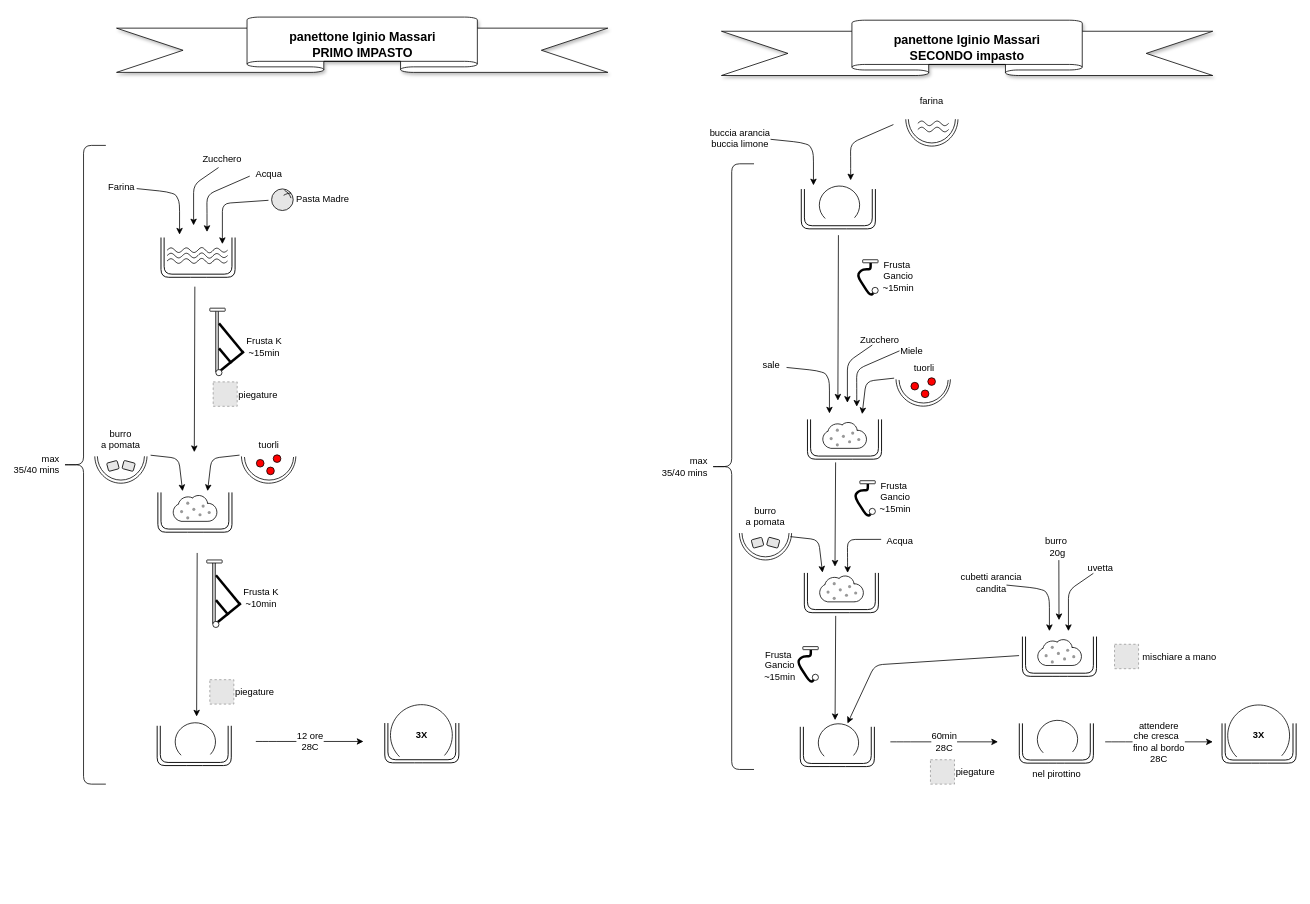
The draw.io diagram panettone-massari-01.drawio in nicolgit/drawio-cooking-shapes, before the edit. Source tidied: cells renumbered, new cells numbered last; positions are measured from the earlier drawing's top-left corner, leaving out a move shared by most shapes. Both pictures are drawn from the tidied source at 78%, with x=0, y=0 at pixel (61, 16). Pictures stored in the file or linked from it are replaced by grey dashed boxes.
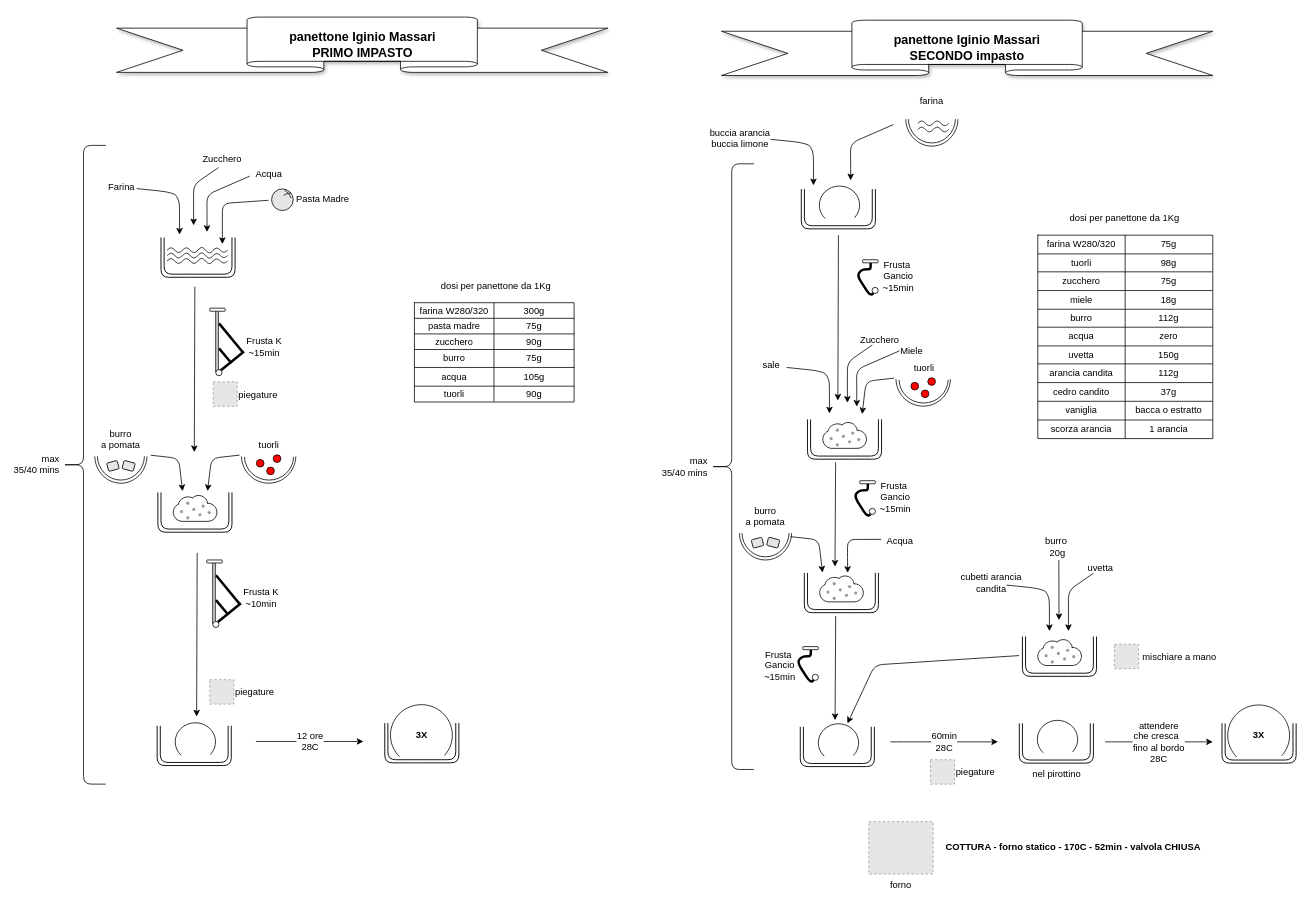
The same page after the edit.

What changed in the source:
```diff
@@
+    <mxCell id="246" style="shape=table;startSize=0;childLayout=tableLayout;" parent="1" vertex="1">
+      <mxGeometry x="452.8" y="366.6" width="204.7" height="127.3" as="geometry" />
+    </mxCell>
+    <mxCell id="247" style="shape=tableRow;horizontal=0;startSize=0;swimlaneHead=0;swimlaneBody=0;strokeColor=inherit;top=0;left=0;bottom=0;right=0;fillColor=none;" parent="246" vertex="1">
+      <mxGeometry width="204.7" height="20" as="geometry" />
+    </mxCell>
+    <mxCell id="248" value="farina W280/320" style="shape=partialRectangle;html=1;whiteSpace=wrap;strokeColor=inherit;overflow=hidden;fillColor=none;top=0;left=0;bottom=0;right=0;" parent="247" vertex="1">
+      <mxGeometry width="102" height="20" as="geometry" />
+    </mxCell>
+    <mxCell id="249" value="300g" style="shape=partialRectangle;html=1;whiteSpace=wrap;strokeColor=inherit;overflow=hidden;fillColor=none;top=0;left=0;bottom=0;right=0;" parent="247" vertex="1">
+      <mxGeometry x="102" width="103" height="20" as="geometry" />
+    </mxCell>
+    <mxCell id="250" style="shape=tableRow;horizontal=0;startSize=0;swimlaneHead=0;swimlaneBody=0;strokeColor=inherit;top=0;left=0;bottom=0;right=0;fillColor=none;" parent="246" vertex="1">
+      <mxGeometry y="20" width="204.7" height="20" as="geometry" />
+    </mxCell>
+    <mxCell id="251" value="pasta madre" style="shape=partialRectangle;html=1;whiteSpace=wrap;strokeColor=inherit;overflow=hidden;fillColor=none;top=0;left=0;bottom=0;right=0;" parent="250" vertex="1">
+      <mxGeometry width="102" height="20" as="geometry" />
+    </mxCell>
+    <mxCell id="252" value="75g" style="shape=partialRectangle;html=1;whiteSpace=wrap;strokeColor=inherit;overflow=hidden;fillColor=none;top=0;left=0;bottom=0;right=0;" parent="250" vertex="1">
+      <mxGeometry x="102" width="103" height="20" as="geometry" />
+    </mxCell>
+    <mxCell id="253" style="shape=tableRow;horizontal=0;startSize=0;swimlaneHead=0;swimlaneBody=0;strokeColor=inherit;top=0;left=0;bottom=0;right=0;fillColor=none;" parent="246" vertex="1">
+      <mxGeometry y="40" width="204.7" height="20" as="geometry" />
+    </mxCell>
+    <mxCell id="254" value="zucchero" style="shape=partialRectangle;html=1;whiteSpace=wrap;strokeColor=inherit;overflow=hidden;fillColor=none;top=0;left=0;bottom=0;right=0;" parent="253" vertex="1">
+      <mxGeometry width="102" height="20" as="geometry" />
+    </mxCell>
+    <mxCell id="255" value="90g" style="shape=partialRectangle;html=1;whiteSpace=wrap;strokeColor=inherit;overflow=hidden;fillColor=none;top=0;left=0;bottom=0;right=0;" parent="253" vertex="1">
+      <mxGeometry x="102" width="103" height="20" as="geometry" />
+    </mxCell>
+    <mxCell id="256" style="shape=tableRow;horizontal=0;startSize=0;swimlaneHead=0;swimlaneBody=0;strokeColor=inherit;top=0;left=0;bottom=0;right=0;fillColor=none;" parent="246" vertex="1">
+      <mxGeometry y="60" width="204.7" height="23" as="geometry" />
+    </mxCell>
+    <mxCell id="257" value="burro" style="shape=partialRectangle;html=1;whiteSpace=wrap;strokeColor=inherit;overflow=hidden;fillColor=none;top=0;left=0;bottom=0;right=0;" parent="256" vertex="1">
+      <mxGeometry width="102" height="23" as="geometry" />
+    </mxCell>
+    <mxCell id="258" value="75g" style="shape=partialRectangle;html=1;whiteSpace=wrap;strokeColor=inherit;overflow=hidden;fillColor=none;top=0;left=0;bottom=0;right=0;" parent="256" vertex="1">
+      <mxGeometry x="102" width="103" height="23" as="geometry" />
+    </mxCell>
+    <mxCell id="259" style="shape=tableRow;horizontal=0;startSize=0;swimlaneHead=0;swimlaneBody=0;strokeColor=inherit;top=0;left=0;bottom=0;right=0;fillColor=none;" parent="246" vertex="1">
+      <mxGeometry y="83" width="204.7" height="24" as="geometry" />
+    </mxCell>
+    <mxCell id="260" value="acqua" style="shape=partialRectangle;html=1;whiteSpace=wrap;strokeColor=inherit;overflow=hidden;fillColor=none;top=0;left=0;bottom=0;right=0;" parent="259" vertex="1">
+      <mxGeometry width="102" height="24" as="geometry" />
+    </mxCell>
+    <mxCell id="261" value="105g" style="shape=partialRectangle;html=1;whiteSpace=wrap;strokeColor=inherit;overflow=hidden;fillColor=none;top=0;left=0;bottom=0;right=0;" parent="259" vertex="1">
+      <mxGeometry x="102" width="103" height="24" as="geometry" />
+    </mxCell>
+    <mxCell id="262" style="shape=tableRow;horizontal=0;startSize=0;swimlaneHead=0;swimlaneBody=0;strokeColor=inherit;top=0;left=0;bottom=0;right=0;fillColor=none;" parent="246" vertex="1">
+      <mxGeometry y="107" width="204.7" height="20" as="geometry" />
+    </mxCell>
+    <mxCell id="263" value="tuorli" style="shape=partialRectangle;html=1;whiteSpace=wrap;strokeColor=inherit;overflow=hidden;fillColor=none;top=0;left=0;bottom=0;right=0;" parent="262" vertex="1">
+      <mxGeometry width="102" height="20" as="geometry" />
+    </mxCell>
+    <mxCell id="264" value="90g" style="shape=partialRectangle;html=1;whiteSpace=wrap;strokeColor=inherit;overflow=hidden;fillColor=none;top=0;left=0;bottom=0;right=0;" parent="262" vertex="1">
+      <mxGeometry x="102" width="103" height="20" as="geometry" />
+    </mxCell>
+    <mxCell id="265" value="dosi per panettone da 1Kg" style="text;html=1;align=center;verticalAlign=middle;strokeColor=none;fillColor=none;fontFamily=Helvetica;fontSize=12;fontColor=default;" parent="1" vertex="1">
+      <mxGeometry x="476.4" y="331.1" width="161.4" height="27.6" as="geometry" />
+    </mxCell>
+    <mxCell id="266" style="shape=table;startSize=0;childLayout=tableLayout;" parent="1" vertex="1">
+      <mxGeometry x="1252" y="280" width="224.4" height="260.8" as="geometry" />
+    </mxCell>
+    <mxCell id="267" style="shape=tableRow;horizontal=0;startSize=0;swimlaneHead=0;swimlaneBody=0;strokeColor=inherit;top=0;left=0;bottom=0;right=0;fillColor=none;" parent="266" vertex="1">
+      <mxGeometry width="224.4" height="24" as="geometry" />
+    </mxCell>
+    <mxCell id="268" value="farina W280/320" style="shape=partialRectangle;html=1;whiteSpace=wrap;strokeColor=inherit;overflow=hidden;fillColor=none;top=0;left=0;bottom=0;right=0;" parent="267" vertex="1">
+      <mxGeometry width="112" height="24" as="geometry" />
+    </mxCell>
+    <mxCell id="269" value="75g" style="shape=partialRectangle;html=1;whiteSpace=wrap;strokeColor=inherit;overflow=hidden;fillColor=none;top=0;left=0;bottom=0;right=0;" parent="267" vertex="1">
+      <mxGeometry x="112" width="112" height="24" as="geometry" />
+    </mxCell>
+    <mxCell id="270" style="shape=tableRow;horizontal=0;startSize=0;swimlaneHead=0;swimlaneBody=0;strokeColor=inherit;top=0;left=0;bottom=0;right=0;fillColor=none;" parent="266" vertex="1">
+      <mxGeometry y="24" width="224.4" height="23" as="geometry" />
+    </mxCell>
+    <mxCell id="271" value="tuorli" style="shape=partialRectangle;html=1;whiteSpace=wrap;strokeColor=inherit;overflow=hidden;fillColor=none;top=0;left=0;bottom=0;right=0;" parent="270" vertex="1">
+      <mxGeometry width="112" height="23" as="geometry" />
+    </mxCell>
+    <mxCell id="272" value="98g" style="shape=partialRectangle;html=1;whiteSpace=wrap;strokeColor=inherit;overflow=hidden;fillColor=none;top=0;left=0;bottom=0;right=0;" parent="270" vertex="1">
+      <mxGeometry x="112" width="112" height="23" as="geometry" />
+    </mxCell>
+    <mxCell id="273" style="shape=tableRow;horizontal=0;startSize=0;swimlaneHead=0;swimlaneBody=0;strokeColor=inherit;top=0;left=0;bottom=0;right=0;fillColor=none;" parent="266" vertex="1">
+      <mxGeometry y="47" width="224.4" height="24" as="geometry" />
+    </mxCell>
+    <mxCell id="274" value="zucchero" style="shape=partialRectangle;html=1;whiteSpace=wrap;strokeColor=inherit;overflow=hidden;fillColor=none;top=0;left=0;bottom=0;right=0;" parent="273" vertex="1">
+      <mxGeometry width="112" height="24" as="geometry" />
+    </mxCell>
+    <mxCell id="275" value="75g" style="shape=partialRectangle;html=1;whiteSpace=wrap;strokeColor=inherit;overflow=hidden;fillColor=none;top=0;left=0;bottom=0;right=0;" parent="273" vertex="1">
+      <mxGeometry x="112" width="112" height="24" as="geometry" />
+    </mxCell>
+    <mxCell id="276" style="shape=tableRow;horizontal=0;startSize=0;swimlaneHead=0;swimlaneBody=0;strokeColor=inherit;top=0;left=0;bottom=0;right=0;fillColor=none;" parent="266" vertex="1">
+      <mxGeometry y="71" width="224.4" height="24" as="geometry" />
+    </mxCell>
+    <mxCell id="277" value="miele" style="shape=partialRectangle;html=1;whiteSpace=wrap;strokeColor=inherit;overflow=hidden;fillColor=none;top=0;left=0;bottom=0;right=0;" parent="276" vertex="1">
+      <mxGeometry width="112" height="24" as="geometry" />
+    </mxCell>
+    <mxCell id="278" value="18g" style="shape=partialRectangle;html=1;whiteSpace=wrap;strokeColor=inherit;overflow=hidden;fillColor=none;top=0;left=0;bottom=0;right=0;" parent="276" vertex="1">
+      <mxGeometry x="112" width="112" height="24" as="geometry" />
+    </mxCell>
+    <mxCell id="279" style="shape=tableRow;horizontal=0;startSize=0;swimlaneHead=0;swimlaneBody=0;strokeColor=inherit;top=0;left=0;bottom=0;right=0;fillColor=none;" parent="266" vertex="1">
+      <mxGeometry y="95" width="224.4" height="23" as="geometry" />
+    </mxCell>
+    <mxCell id="280" value="burro" style="shape=partialRectangle;html=1;whiteSpace=wrap;strokeColor=inherit;overflow=hidden;fillColor=none;top=0;left=0;bottom=0;right=0;" parent="279" vertex="1">
+      <mxGeometry width="112" height="23" as="geometry" />
+    </mxCell>
+    <mxCell id="281" value="112g" style="shape=partialRectangle;html=1;whiteSpace=wrap;strokeColor=inherit;overflow=hidden;fillColor=none;top=0;left=0;bottom=0;right=0;" parent="279" vertex="1">
+      <mxGeometry x="112" width="112" height="23" as="geometry" />
+    </mxCell>
+    <mxCell id="282" style="shape=tableRow;horizontal=0;startSize=0;swimlaneHead=0;swimlaneBody=0;strokeColor=inherit;top=0;left=0;bottom=0;right=0;fillColor=none;" parent="266" vertex="1">
+      <mxGeometry y="118" width="224.4" height="24" as="geometry" />
+    </mxCell>
+    <mxCell id="283" value="acqua" style="shape=partialRectangle;html=1;whiteSpace=wrap;strokeColor=inherit;overflow=hidden;fillColor=none;top=0;left=0;bottom=0;right=0;" parent="282" vertex="1">
+      <mxGeometry width="112" height="24" as="geometry" />
+    </mxCell>
+    <mxCell id="284" value="zero" style="shape=partialRectangle;html=1;whiteSpace=wrap;strokeColor=inherit;overflow=hidden;fillColor=none;top=0;left=0;bottom=0;right=0;" parent="282" vertex="1">
+      <mxGeometry x="112" width="112" height="24" as="geometry" />
+    </mxCell>
+    <mxCell id="285" style="shape=tableRow;horizontal=0;startSize=0;swimlaneHead=0;swimlaneBody=0;strokeColor=inherit;top=0;left=0;bottom=0;right=0;fillColor=none;" parent="266" vertex="1">
+      <mxGeometry y="142" width="224.4" height="23" as="geometry" />
+    </mxCell>
+    <mxCell id="286" value="uvetta" style="shape=partialRectangle;html=1;whiteSpace=wrap;strokeColor=inherit;overflow=hidden;fillColor=none;top=0;left=0;bottom=0;right=0;" parent="285" vertex="1">
+      <mxGeometry width="112" height="23" as="geometry" />
+    </mxCell>
+    <mxCell id="287" value="150g" style="shape=partialRectangle;html=1;whiteSpace=wrap;strokeColor=inherit;overflow=hidden;fillColor=none;top=0;left=0;bottom=0;right=0;" parent="285" vertex="1">
+      <mxGeometry x="112" width="112" height="23" as="geometry" />
+    </mxCell>
+    <mxCell id="288" style="shape=tableRow;horizontal=0;startSize=0;swimlaneHead=0;swimlaneBody=0;strokeColor=inherit;top=0;left=0;bottom=0;right=0;fillColor=none;" parent="266" vertex="1">
+      <mxGeometry y="165" width="224.4" height="24" as="geometry" />
+    </mxCell>
+    <mxCell id="289" value="arancia candita" style="shape=partialRectangle;html=1;whiteSpace=wrap;strokeColor=inherit;overflow=hidden;fillColor=none;top=0;left=0;bottom=0;right=0;" parent="288" vertex="1">
+      <mxGeometry width="112" height="24" as="geometry" />
+    </mxCell>
+    <mxCell id="290" value="112g" style="shape=partialRectangle;html=1;whiteSpace=wrap;strokeColor=inherit;overflow=hidden;fillColor=none;top=0;left=0;bottom=0;right=0;" parent="288" vertex="1">
+      <mxGeometry x="112" width="112" height="24" as="geometry" />
+    </mxCell>
+    <mxCell id="291" style="shape=tableRow;horizontal=0;startSize=0;swimlaneHead=0;swimlaneBody=0;strokeColor=inherit;top=0;left=0;bottom=0;right=0;fillColor=none;" parent="266" vertex="1">
+      <mxGeometry y="189" width="224.4" height="24" as="geometry" />
+    </mxCell>
+    <mxCell id="292" value="cedro candito" style="shape=partialRectangle;html=1;whiteSpace=wrap;strokeColor=inherit;overflow=hidden;fillColor=none;top=0;left=0;bottom=0;right=0;" parent="291" vertex="1">
+      <mxGeometry width="112" height="24" as="geometry" />
+    </mxCell>
+    <mxCell id="293" value="37g" style="shape=partialRectangle;html=1;whiteSpace=wrap;strokeColor=inherit;overflow=hidden;fillColor=none;top=0;left=0;bottom=0;right=0;" parent="291" vertex="1">
+      <mxGeometry x="112" width="112" height="24" as="geometry" />
+    </mxCell>
+    <mxCell id="294" style="shape=tableRow;horizontal=0;startSize=0;swimlaneHead=0;swimlaneBody=0;strokeColor=inherit;top=0;left=0;bottom=0;right=0;fillColor=none;" parent="266" vertex="1">
+      <mxGeometry y="213" width="224.4" height="24" as="geometry" />
+    </mxCell>
+    <mxCell id="295" value="vaniglia" style="shape=partialRectangle;html=1;whiteSpace=wrap;strokeColor=inherit;overflow=hidden;fillColor=none;top=0;left=0;bottom=0;right=0;" parent="294" vertex="1">
+      <mxGeometry width="112" height="24" as="geometry" />
+    </mxCell>
+    <mxCell id="296" value="bacca o estratto" style="shape=partialRectangle;html=1;whiteSpace=wrap;strokeColor=inherit;overflow=hidden;fillColor=none;top=0;left=0;bottom=0;right=0;" parent="294" vertex="1">
+      <mxGeometry x="112" width="112" height="24" as="geometry" />
+    </mxCell>
+    <mxCell id="297" style="shape=tableRow;horizontal=0;startSize=0;swimlaneHead=0;swimlaneBody=0;strokeColor=inherit;top=0;left=0;bottom=0;right=0;fillColor=none;" parent="266" vertex="1">
+      <mxGeometry y="237" width="224.4" height="24" as="geometry" />
+    </mxCell>
+    <mxCell id="298" value="scorza arancia" style="shape=partialRectangle;html=1;whiteSpace=wrap;strokeColor=inherit;overflow=hidden;fillColor=none;top=0;left=0;bottom=0;right=0;" parent="297" vertex="1">
+      <mxGeometry width="112" height="24" as="geometry" />
+    </mxCell>
+    <mxCell id="299" value="1 arancia" style="shape=partialRectangle;html=1;whiteSpace=wrap;strokeColor=inherit;overflow=hidden;fillColor=none;top=0;left=0;bottom=0;right=0;" parent="297" vertex="1">
+      <mxGeometry x="112" width="112" height="24" as="geometry" />
+    </mxCell>
+    <mxCell id="300" value="dosi per panettone da 1Kg" style="text;html=1;align=center;verticalAlign=middle;strokeColor=none;fillColor=none;fontFamily=Helvetica;fontSize=12;fontColor=default;" parent="1" vertex="1">
+      <mxGeometry x="1281.9" y="244.3" width="161.4" height="27.6" as="geometry" />
+    </mxCell>
+    <mxCell id="301" value="COTTURA - forno statico - 170C - 52min - valvola CHIUSA" style="text;html=1;align=center;verticalAlign=middle;strokeColor=none;fillColor=none;fontFamily=Helvetica;fontSize=12;fontColor=default;fontStyle=1;" parent="1" vertex="1">
+      <mxGeometry x="1129.9" y="1051.6" width="334.6" height="27.6" as="geometry" />
+    </mxCell>
+    <mxCell id="302" value="forno" style="fillColor=#E6E6E6;strokeColor=#999999;dashed=1;verticalLabelPosition=bottom;labelBackgroundColor=default;verticalAlign=top;" parent="1" vertex="1">
+      <mxGeometry x="1035.4" y="1031.9" width="82.4" height="67.1" as="geometry" />
+    </mxCell>
```
